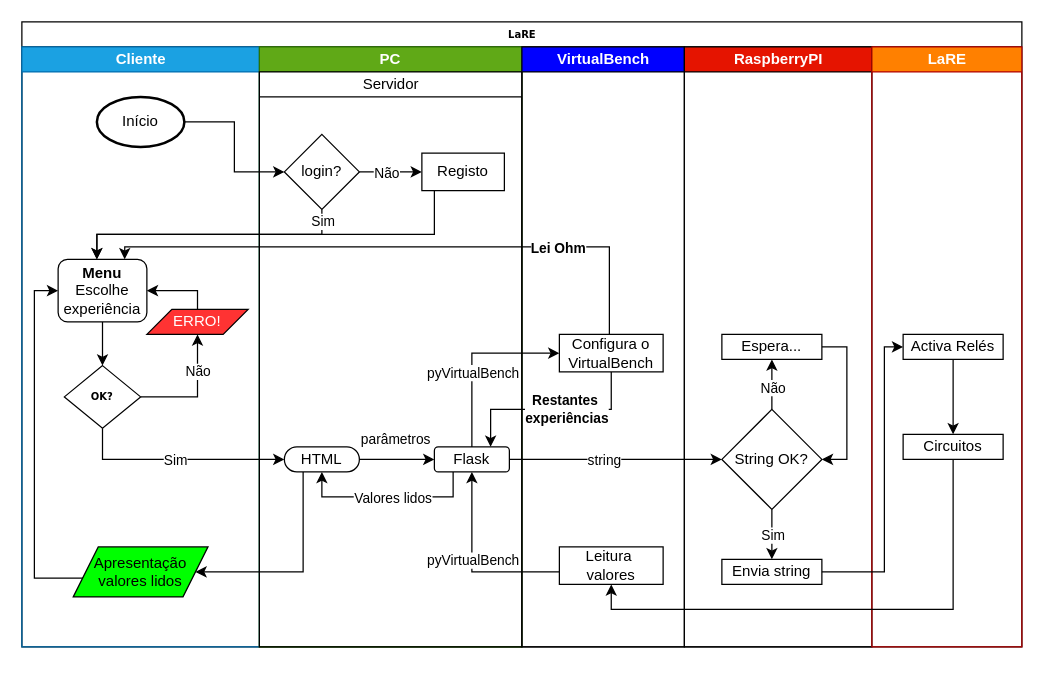
eddygrinder/LaRE keeps this draw.io diagram as diagramas/Diagrama_SOFTWARE.drawio. Above is the earlier version. Source tidied: cells renumbered, new cells numbered last; positions are measured from the earlier drawing's top-left corner, leaving out a move shared by most shapes. Both pictures are drawn from the tidied source at 125%, with x=0, y=0 at pixel (21, 21).
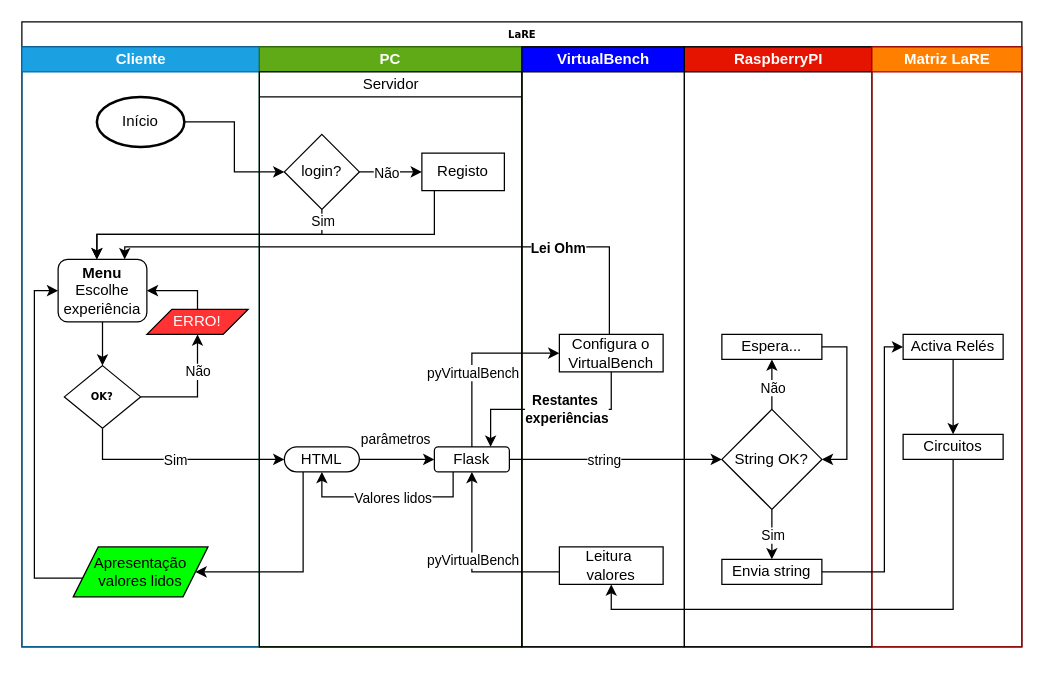
The same diagram, later.

The change refers to these unchanged cells:
```xml
<mxCell id="2" value="LaRE" style="swimlane;html=1;startSize=20;rounded=0;shadow=0;labelBackgroundColor=none;strokeWidth=1;fontFamily=Verdana;fontSize=8;align=center;glass=0;" parent="1" vertex="1">
  <mxGeometry width="800" height="500" as="geometry" />
</mxCell>
```

Diff of the diagram source:
```diff
@@
-    <mxCell id="44" value="LaRE" style="swimlane;html=1;startSize=20;fillColor=#FF8000;fontColor=#ffffff;strokeColor=#B20000;" parent="2" vertex="1">
+    <mxCell id="44" value="Matriz LaRE" style="swimlane;html=1;startSize=20;fillColor=#FF8000;fontColor=#ffffff;strokeColor=#B20000;" parent="2" vertex="1">
       <mxGeometry x="680" y="20" width="120" height="480" as="geometry" />
     </mxCell>
```
